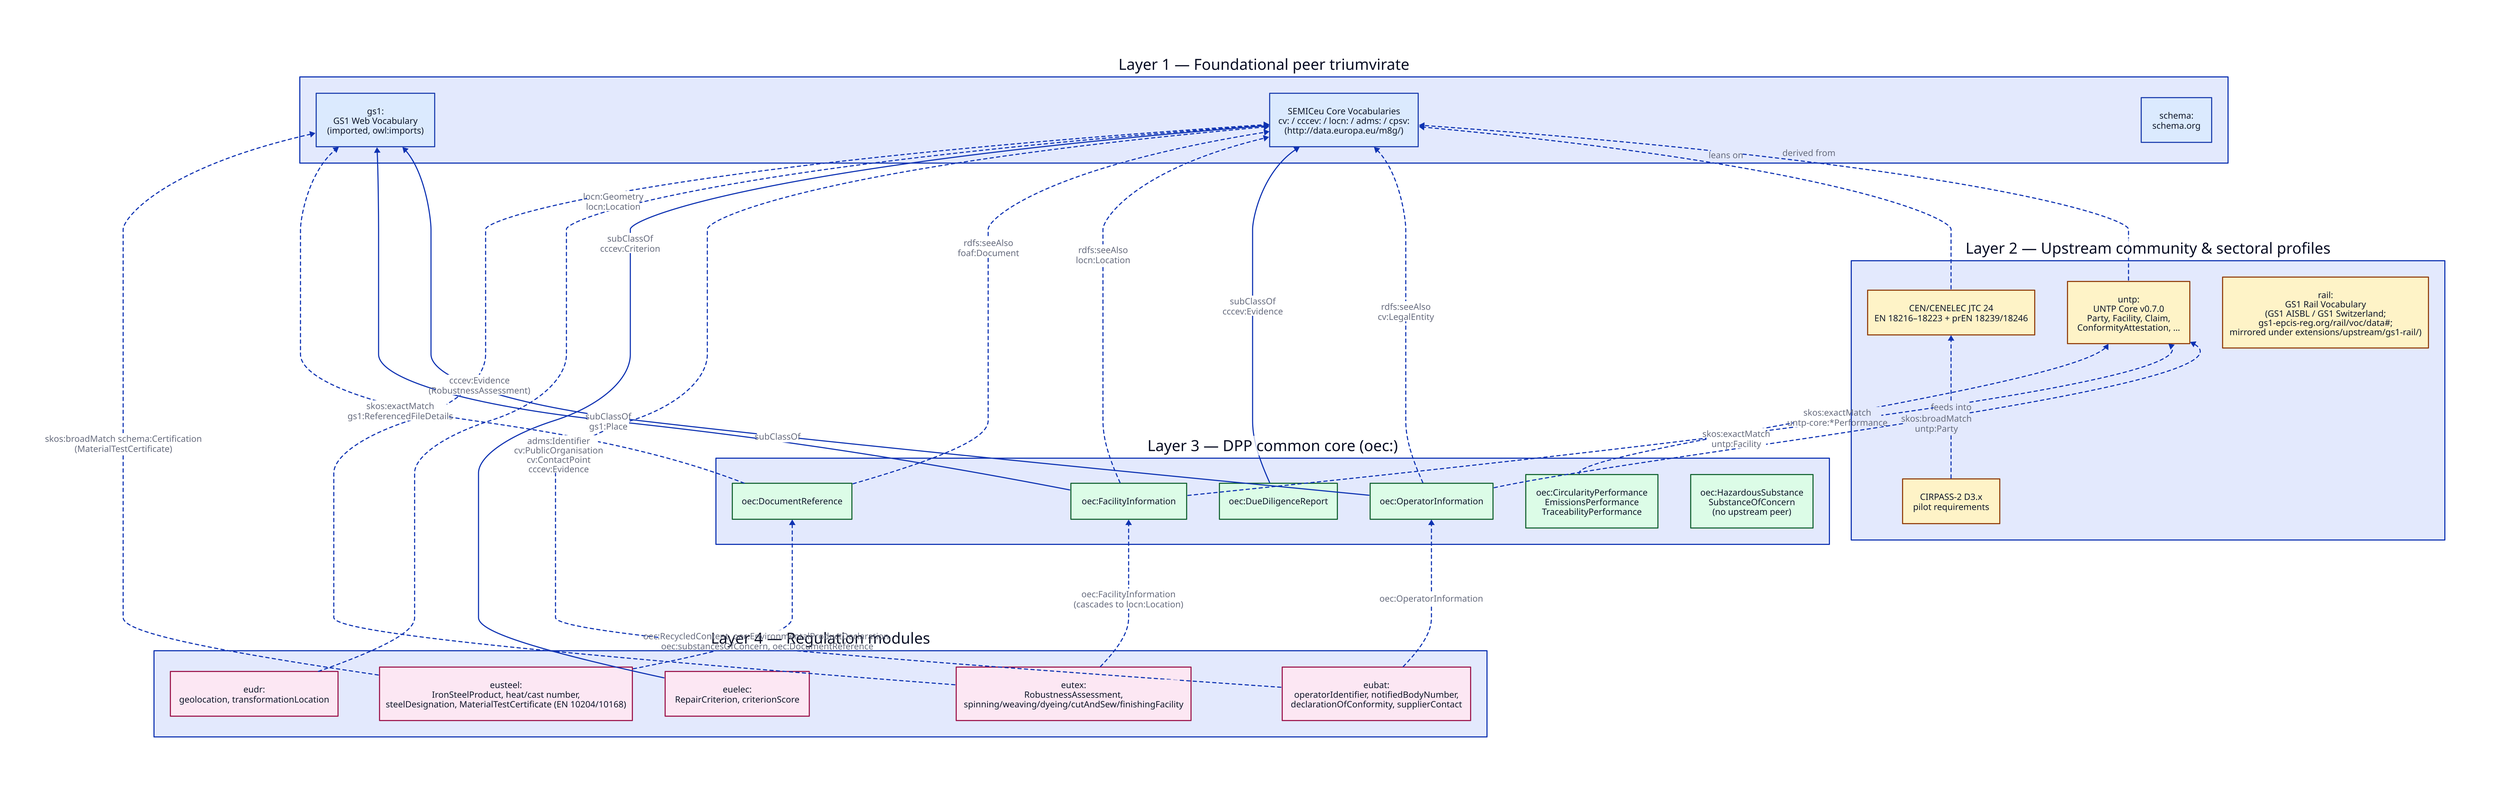
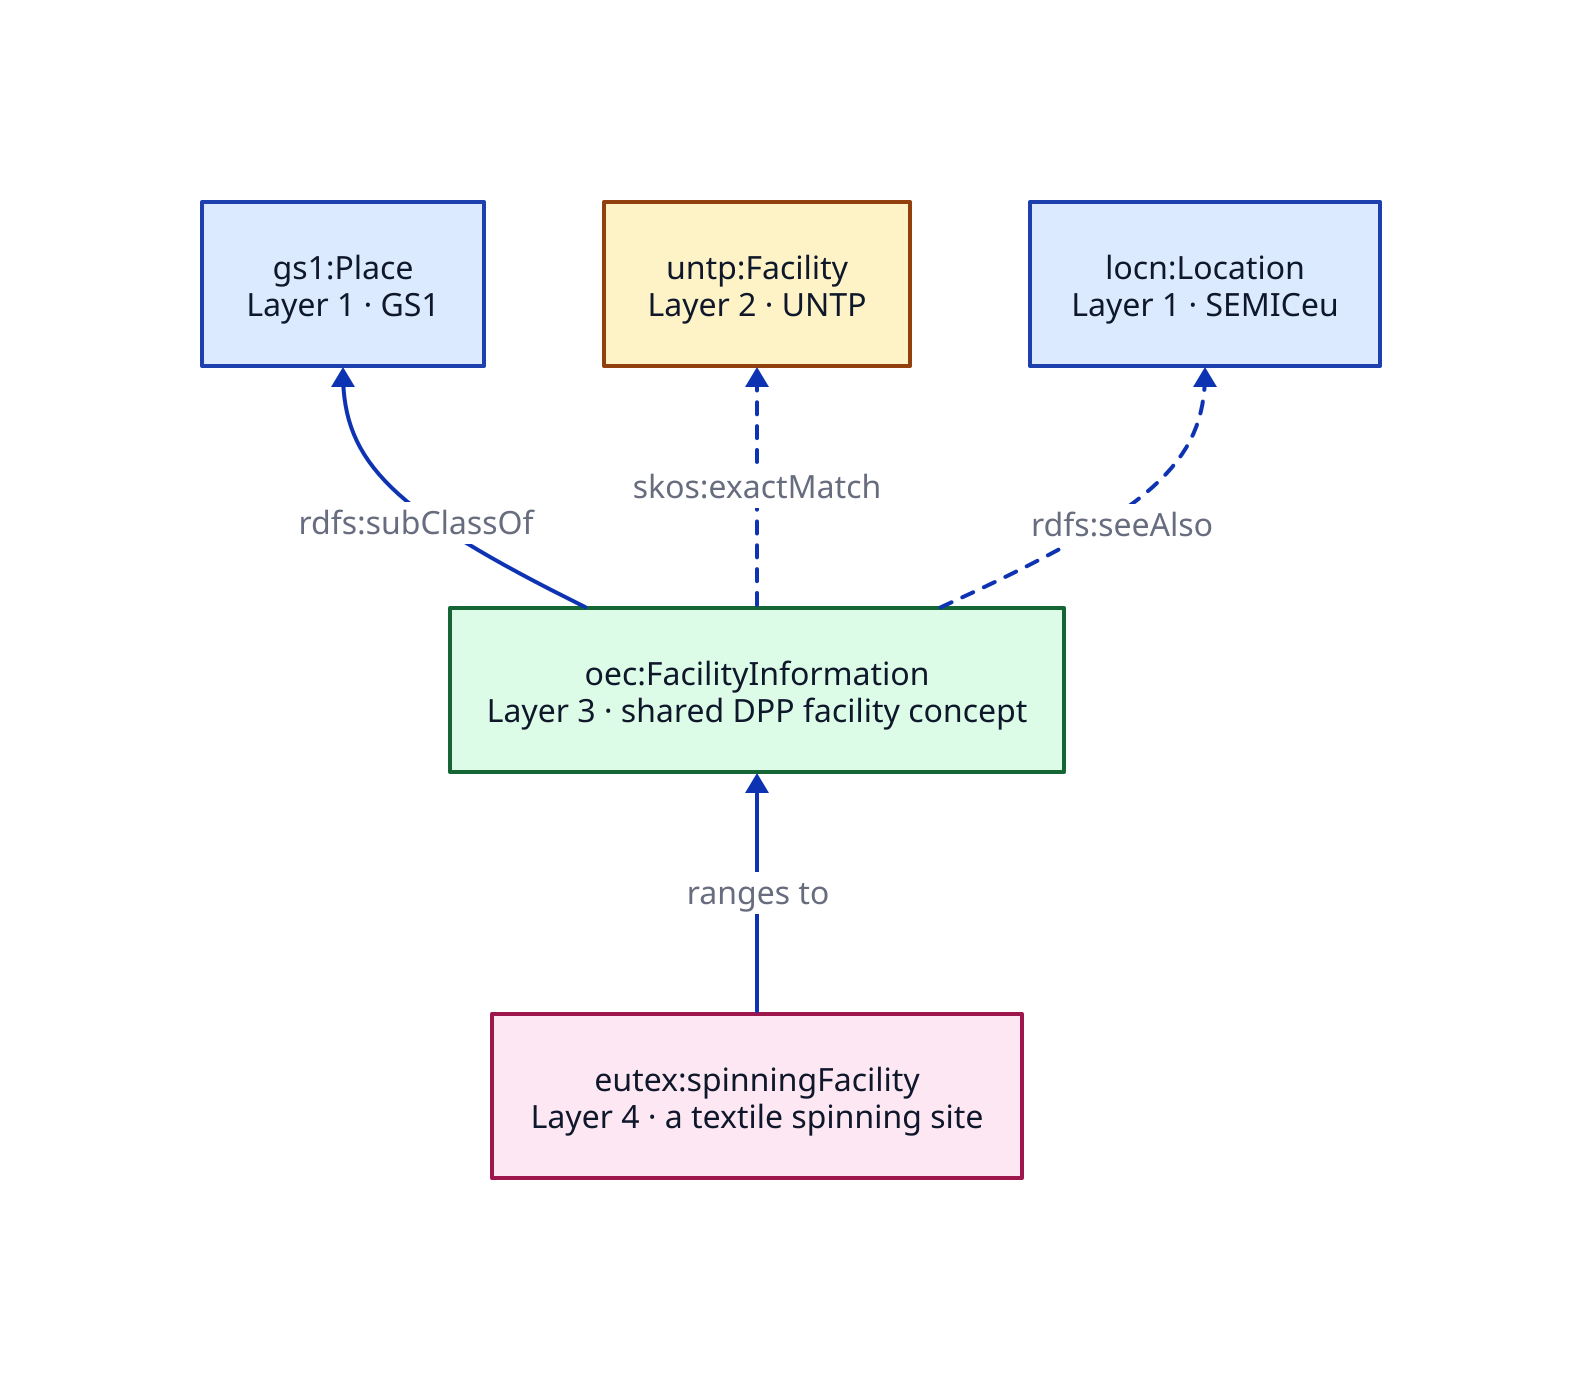
# Source for vocabulary-layering-relations-{light,dark}.svg — `pnpm run diagrams:build`.
- # How the layers actually relate: subClassOf (solid) and graded-SKOS / seeAlso
- # anchors (dashed), plus informal upstream derivations. For docs/VOCABULARY_LAYERING.md.
+ # A worked example of the delegation pattern: one regulation-module term cascades
+ # through the shared core (oec:) up to the foundational and upstream vocabularies.
+ # The full term-by-term anchor list lives in the prose below the diagram.

direction: up

- # This dense layered graph lays out far more compactly (portrait, readable when
- # embedded) under ELK than the default dagre engine. Set per-file so the shared
- # build script needs no special-casing.
- vars: {
-   d2-config: {
-     layout-engine: elk
-   }
- }
- 
- # Layer palette. Explicit dark font-color keeps text readable on the pastel fills
- # in both the light and dark themed SVGs.
classes: {
  l1: { style: { fill: "#dbeafe"; stroke: "#1e40af"; stroke-width: 2; font-color: "#0f172a" } }
  l2: { style: { fill: "#fef3c7"; stroke: "#92400e"; font-color: "#0f172a" } }
  l3: { style: { fill: "#dcfce7"; stroke: "#166534"; font-color: "#0f172a" } }
  l4: { style: { fill: "#fce7f3"; stroke: "#9d174d"; font-color: "#0f172a" } }
}

- L1: "Layer 1 — Foundational peer triumvirate" {
-   GS1: "gs1:\nGS1 Web Vocabulary\n(imported, owl:imports)" { class: l1 }
-   SEMIC: "SEMICeu Core Vocabularies\ncv: / cccev: / locn: / adms: / cpsv:\n(http://data.europa.eu/m8g/)" { class: l1 }
-   SCHEMA: "schema:\nschema.org" { class: l1 }
- }
+ spin: "eutex:spinningFacility\nLayer 4 · a textile spinning site" { class: l4 }
+ fac: "oec:FacilityInformation\nLayer 3 · shared DPP facility concept" { class: l3 }
+ gs1place: "gs1:Place\nLayer 1 · GS1" { class: l1 }
+ untpfac: "untp:Facility\nLayer 2 · UNTP" { class: l2 }
+ locn: "locn:Location\nLayer 1 · SEMICeu" { class: l1 }

- L2: "Layer 2 — Upstream community & sectoral profiles" {
-   UNTP: "untp:\nUNTP Core v0.7.0\nParty, Facility, Claim,\nConformityAttestation, …" { class: l2 }
-   JTC: "CEN/CENELEC JTC 24\nEN 18216–18223 + prEN 18239/18246" { class: l2 }
-   CIRPASS: "CIRPASS-2 D3.x\npilot requirements" { class: l2 }
-   RAIL: "rail:\nGS1 Rail Vocabulary\n(GS1 AISBL / GS1 Switzerland;\ngs1-epcis-reg.org/rail/voc/data#;\nmirrored under extensions/upstream/gs1-rail/)" { class: l2 }
- }
- 
- L3: "Layer 3 — DPP common core (oec:)" {
-   DPP_OP: "oec:OperatorInformation" { class: l3 }
-   DPP_DDR: "oec:DueDiligenceReport" { class: l3 }
-   DPP_FAC: "oec:FacilityInformation" { class: l3 }
-   DPP_DOC: "oec:DocumentReference" { class: l3 }
-   DPP_PERF: "oec:CircularityPerformance\nEmissionsPerformance\nTraceabilityPerformance" { class: l3 }
-   DPP_HAZ: "oec:HazardousSubstance\nSubstanceOfConcern\n(no upstream peer)" { class: l3 }
- }
- 
- L4: "Layer 4 — Regulation modules" {
-   BAT: "eubat:\noperatorIdentifier, notifiedBodyNumber,\ndeclarationOfConformity, supplierContact" { class: l4 }
-   ELEC: "euelec:\nRepairCriterion, criterionScore" { class: l4 }
-   EUDR: "eudr:\ngeolocation, transformationLocation" { class: l4 }
-   TEX: "eutex:\nRobustnessAssessment,\nspinning/weaving/dyeing/cutAndSew/finishingFacility" { class: l4 }
-   STEEL: "eusteel:\nIronSteelProduct, heat/cast number,\nsteelDesignation, MaterialTestCertificate (EN 10204/10168)" { class: l4 }
- }
- 
- # Layer 2 → Layer 1 informal derivations (dotted in the original).
- L2.UNTP -> L1.SEMIC: "derived from" { style.stroke-dash: 3 }
- L2.JTC -> L1.SEMIC: "leans on" { style.stroke-dash: 3 }
- L2.CIRPASS -> L2.JTC: "feeds into" { style.stroke-dash: 3 }
- 
- # Layer 3 anchors. Solid = rdfs:subClassOf; dashed = graded SKOS / rdfs:seeAlso.
- L3.DPP_OP -> L1.GS1: "subClassOf"
- L3.DPP_OP -> L1.SEMIC: "rdfs:seeAlso\ncv:LegalEntity" { style.stroke-dash: 3 }
- L3.DPP_OP -> L2.UNTP: "skos:broadMatch\nuntp:Party" { style.stroke-dash: 3 }
- 
- L3.DPP_DDR -> L1.SEMIC: "subClassOf\ncccev:Evidence"
- 
- L3.DPP_FAC -> L1.GS1: "subClassOf\ngs1:Place"
- L3.DPP_FAC -> L2.UNTP: "skos:exactMatch\nuntp:Facility" { style.stroke-dash: 3 }
- L3.DPP_FAC -> L1.SEMIC: "rdfs:seeAlso\nlocn:Location" { style.stroke-dash: 3 }
- 
- L3.DPP_DOC -> L1.GS1: "skos:exactMatch\ngs1:ReferencedFileDetails" { style.stroke-dash: 3 }
- L3.DPP_DOC -> L1.SEMIC: "rdfs:seeAlso\nfoaf:Document" { style.stroke-dash: 3 }
- 
- L3.DPP_PERF -> L2.UNTP: "skos:exactMatch\nuntp-core:*Performance" { style.stroke-dash: 3 }
- 
- # Layer 4 → Layer 3 / Layer 1 anchors.
- L4.BAT -> L1.SEMIC: "adms:Identifier\ncv:PublicOrganisation\ncv:ContactPoint\ncccev:Evidence" { style.stroke-dash: 3 }
- L4.BAT -> L3.DPP_OP: "oec:OperatorInformation" { style.stroke-dash: 3 }
- 
- L4.ELEC -> L1.SEMIC: "subClassOf\ncccev:Criterion"
- 
- L4.EUDR -> L1.SEMIC: "locn:Geometry\nlocn:Location" { style.stroke-dash: 3 }
- 
- L4.TEX -> L3.DPP_FAC: "oec:FacilityInformation\n(cascades to locn:Location)" { style.stroke-dash: 3 }
- L4.TEX -> L1.SEMIC: "cccev:Evidence\n(RobustnessAssessment)" { style.stroke-dash: 3 }
- 
- L4.STEEL -> L3.DPP_DOC: "oec:RecycledContent, oec:EnvironmentalProductDeclaration,\noec:substancesOfConcern, oec:DocumentReference" { style.stroke-dash: 3 }
- L4.STEEL -> L1.GS1: "skos:broadMatch schema:Certification\n(MaterialTestCertificate)" { style.stroke-dash: 3 }
+ spin -> fac: "ranges to"
+ fac -> gs1place: "rdfs:subClassOf"
+ fac -> untpfac: "skos:exactMatch" { style.stroke-dash: 3 }
+ fac -> locn: "rdfs:seeAlso" { style.stroke-dash: 3 }
